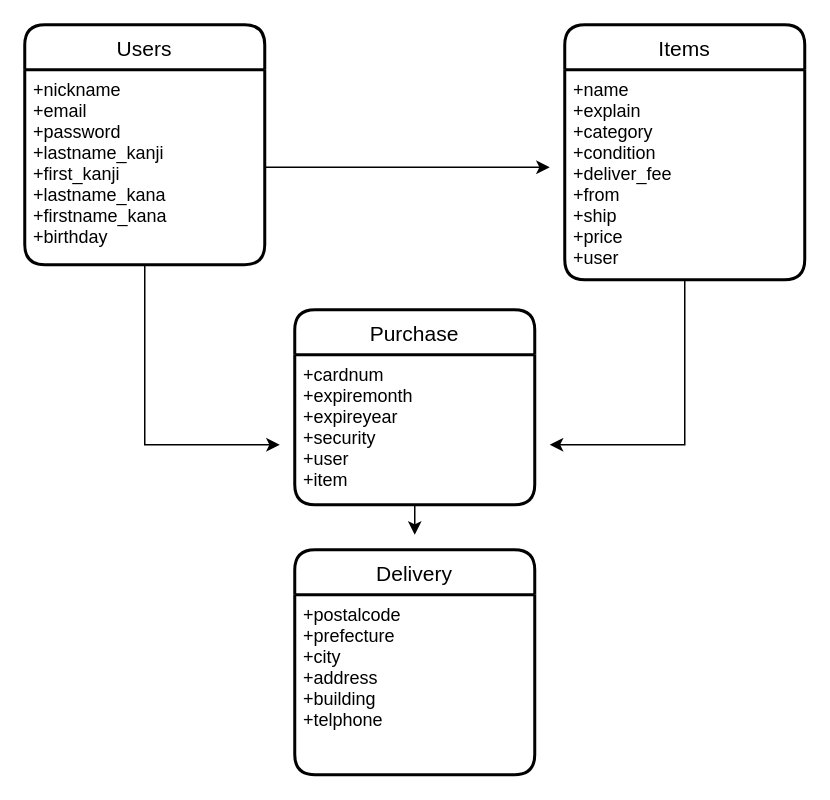
Above: furima.dio in Bakiyama/furima-33518 (draw.io), before the change. Source tidied: cells renumbered, new cells numbered last; positions are measured from the earlier drawing's top-left corner, leaving out a move shared by most shapes. Both pictures are drawn from the tidied source at 150%, with x=0, y=0 at pixel (24, 24).
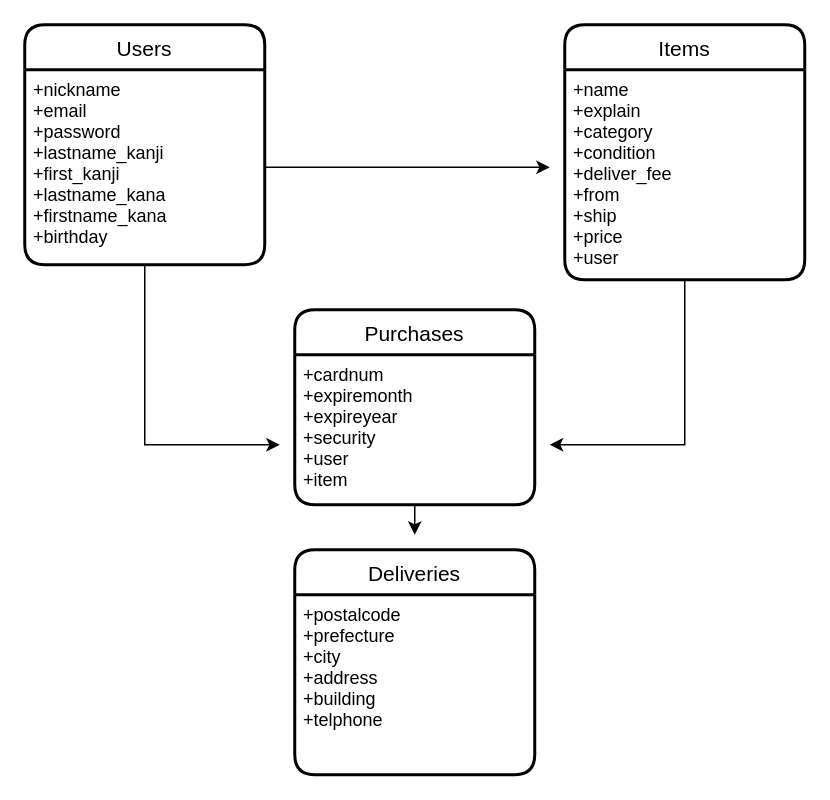
After the change.

Commit message (it also covers changes not shown here):
データベース名の変更・アソシエーションの記述

What changed in the source:
```diff
@@
 <mxGraphModel>
   <root>
     <mxCell id="0" />
     <mxCell id="1" parent="0" />
     <mxCell id="2" value="Users" style="swimlane;horizontal=1;startSize=30;rounded=1;fontSize=14;fontStyle=0;strokeWidth=2;shadow=0;dashed=0;align=center;" parent="1" vertex="1">
       <mxGeometry width="160" height="160" as="geometry" />
     </mxCell>
     <mxCell id="3" value="+nickname&#10;+email&#10;+password&#10;+lastname_kanji&#10;+first_kanji&#10;+lastname_kana&#10;+firstname_kana&#10;+birthday" style="align=left;strokeColor=none;fillColor=none;spacingLeft=4;fontSize=12;verticalAlign=top;" parent="2" vertex="1">
       <mxGeometry y="30" width="160" height="130" as="geometry" />
     </mxCell>
     <mxCell id="4" value="Items" style="swimlane;horizontal=1;startSize=30;rounded=1;fontSize=14;fontStyle=0;strokeWidth=2;shadow=0;dashed=0;align=center;" parent="1" vertex="1">
       <mxGeometry x="360" width="160" height="170" as="geometry" />
     </mxCell>
     <mxCell id="5" value="+name&#10;+explain&#10;+category&#10;+condition&#10;+deliver_fee&#10;+from&#10;+ship&#10;+price&#10;+user" style="align=left;strokeColor=none;fillColor=none;spacingLeft=4;fontSize=12;verticalAlign=top;" parent="4" vertex="1">
       <mxGeometry y="30" width="160" height="140" as="geometry" />
     </mxCell>
-    <mxCell id="6" value="Purchase" style="swimlane;horizontal=1;startSize=30;rounded=1;fontSize=14;fontStyle=0;strokeWidth=2;shadow=0;dashed=0;align=center;" parent="1" vertex="1">
+    <mxCell id="6" value="Purchases" style="swimlane;horizontal=1;startSize=30;rounded=1;fontSize=14;fontStyle=0;strokeWidth=2;shadow=0;dashed=0;align=center;" parent="1" vertex="1">
       <mxGeometry x="180" y="190" width="160" height="130" as="geometry" />
     </mxCell>
     <mxCell id="7" value="+cardnum&#10;+expiremonth&#10;+expireyear&#10;+security&#10;+user&#10;+item" style="align=left;strokeColor=none;fillColor=none;spacingLeft=4;fontSize=12;verticalAlign=top;" parent="6" vertex="1">
       <mxGeometry y="30" width="160" height="100" as="geometry" />
     </mxCell>
-    <mxCell id="8" value="Delivery" style="swimlane;horizontal=1;startSize=30;rounded=1;fontSize=14;fontStyle=0;strokeWidth=2;shadow=0;dashed=0;align=center;" parent="1" vertex="1">
+    <mxCell id="8" value="Deliveries" style="swimlane;horizontal=1;startSize=30;rounded=1;fontSize=14;fontStyle=0;strokeWidth=2;shadow=0;dashed=0;align=center;" parent="1" vertex="1">
       <mxGeometry x="180" y="350" width="160" height="150" as="geometry" />
     </mxCell>
     <mxCell id="9" value="+postalcode&#10;+prefecture&#10;+city&#10;+address&#10;+building&#10;+telphone" style="align=left;strokeColor=none;fillColor=none;spacingLeft=4;fontSize=12;verticalAlign=top;" parent="8" vertex="1">
       <mxGeometry y="30" width="160" height="120" as="geometry" />
     </mxCell>
     <mxCell id="10" style="edgeStyle=orthogonalEdgeStyle;rounded=0;jettySize=auto;html=1;" parent="1" edge="1" source="3">
       <mxGeometry relative="1" as="geometry">
         <mxPoint x="170" y="280" as="targetPoint" />
         <Array as="points">
           <mxPoint x="80" y="280" />
         </Array>
       </mxGeometry>
     </mxCell>
     <mxCell id="11" style="edgeStyle=orthogonalEdgeStyle;rounded=0;jettySize=auto;html=1;" parent="1" edge="1" source="3">
       <mxGeometry relative="1" as="geometry">
         <mxPoint x="350" y="95" as="targetPoint" />
       </mxGeometry>
     </mxCell>
     <mxCell id="12" style="edgeStyle=orthogonalEdgeStyle;rounded=0;jettySize=auto;html=1;" parent="1" edge="1" source="5">
       <mxGeometry relative="1" as="geometry">
         <mxPoint x="350" y="280" as="targetPoint" />
         <Array as="points">
           <mxPoint x="440" y="280" />
           <mxPoint x="400" y="280" />
         </Array>
       </mxGeometry>
     </mxCell>
     <mxCell id="13" style="edgeStyle=orthogonalEdgeStyle;rounded=0;jettySize=auto;html=1;" parent="1" edge="1" source="7">
       <mxGeometry relative="1" as="geometry">
         <mxPoint x="260" y="340" as="targetPoint" />
       </mxGeometry>
     </mxCell>
   </root>
 </mxGraphModel>
```
